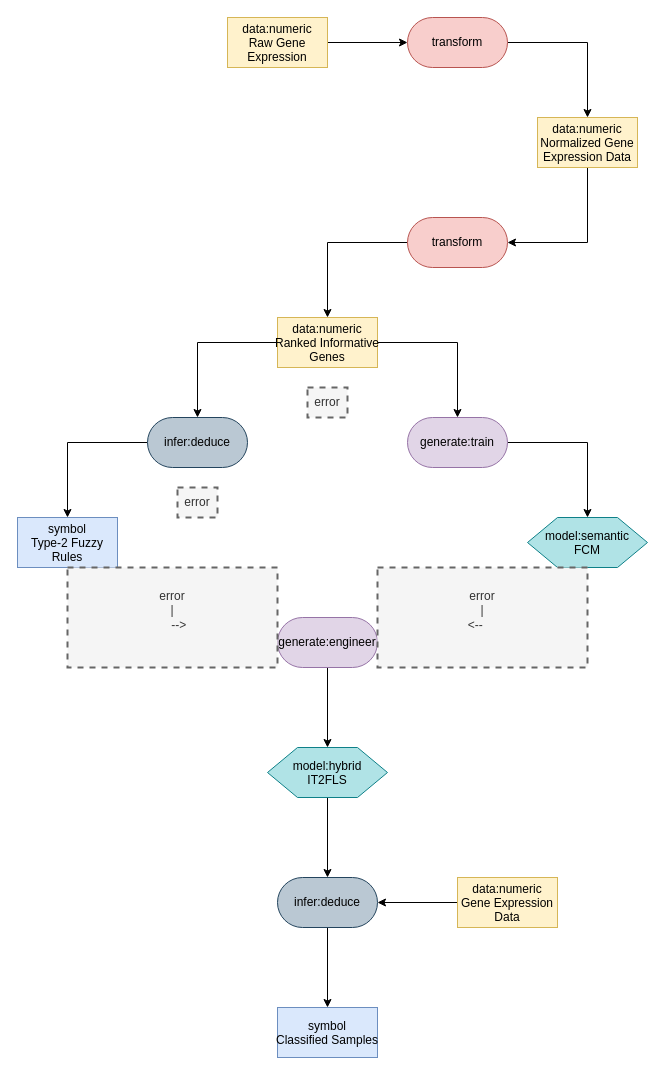
Earlier version of the draw.io diagram medical patterns to boxologies/Rules Embedded in ML architecture (REML)/Modified AHP for Gene Selection and Cancer Classification Using Type-2 Fuzzy Logic.drawio (zonnesmit/thesis). Source tidied: cells renumbered, new cells numbered last; positions are measured from the earlier drawing's top-left corner, leaving out a move shared by most shapes. Both pictures are drawn from the tidied source at 100%, with x=0, y=0 at pixel (17, 17).
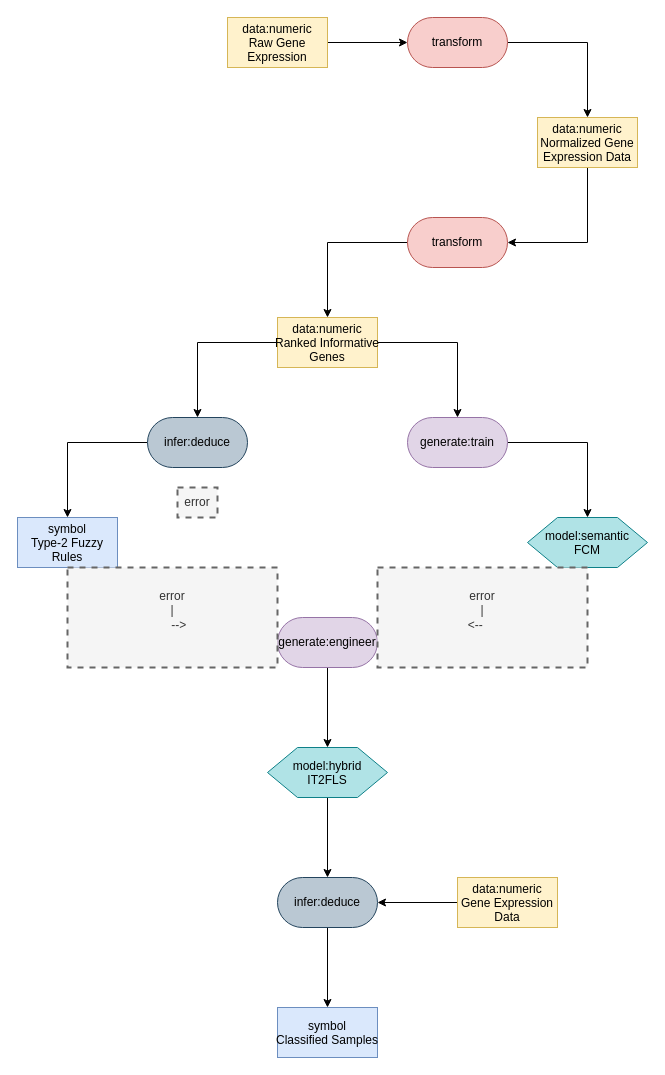
After the change.

Change to the diagram source:
```diff
@@
-    <mxCell id="30" value="error" style="text;html=1;align=center;verticalAlign=middle;whiteSpace=wrap;rounded=0;dashed=1;fillColor=#f5f5f5;fontColor=#333333;strokeColor=#666666;strokeWidth=2;" parent="1" vertex="1">
-      <mxGeometry x="290" y="370" width="40" height="30" as="geometry" />
-    </mxCell>
```
